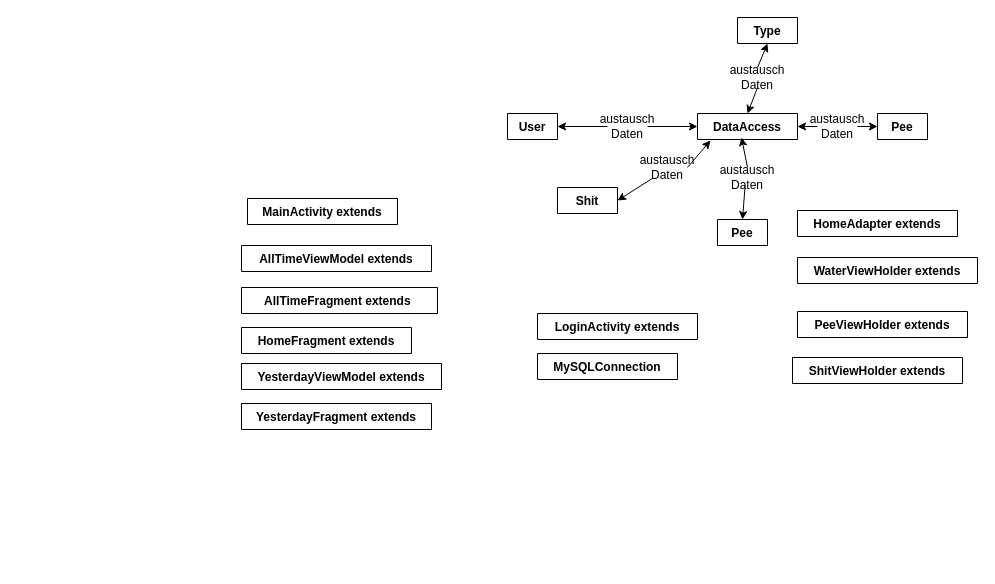
Above: Diagramme/ClassDiagram_LifestyleTracker.drawio in olisonsturm/LifestyleTracker (draw.io), before the change. Source tidied: cells renumbered, new cells numbered last; positions are measured from the earlier drawing's top-left corner, leaving out a move shared by most shapes. Both pictures are drawn from the tidied source at 100%, with x=0, y=0 at pixel (241, 17).
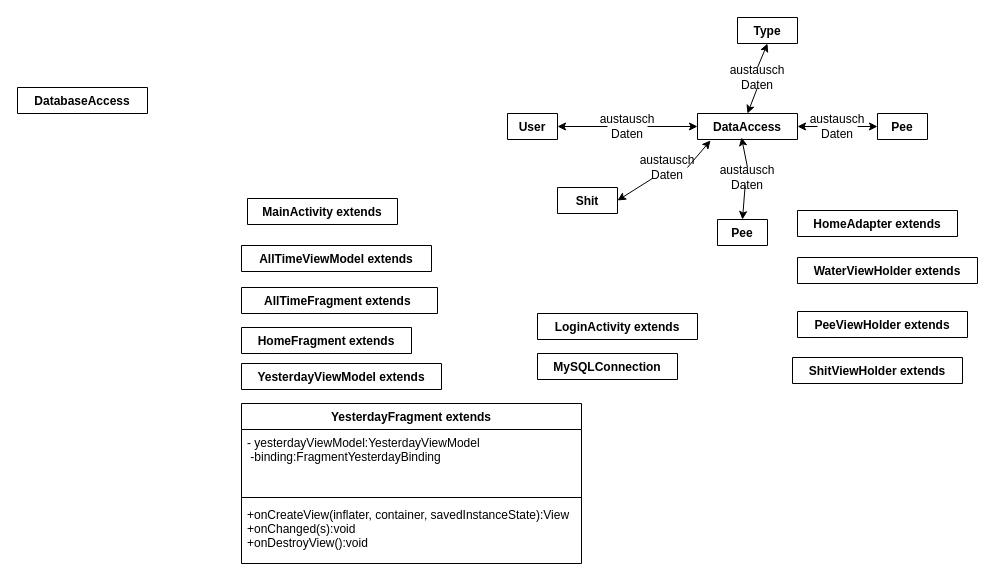
After the change.

What changed in the source:
```diff
@@
-    <mxCell id="16" value="YesterdayFragment extends " style="swimlane;fontStyle=1;align=center;verticalAlign=top;horizontal=1;startSize=26;" parent="1" vertex="1" collapsed="1">
-      <mxGeometry y="386" width="190" height="26" as="geometry" />
+    <mxCell id="16" value="YesterdayFragment extends " style="swimlane;fontStyle=1;align=center;verticalAlign=top;horizontal=1;startSize=26;" parent="1" vertex="1">
+      <mxGeometry y="386" width="340" height="160" as="geometry" />
     </mxCell>
+    <mxCell id="35" value="- yesterdayViewModel:YesterdayViewModel&#10; -binding:FragmentYesterdayBinding" style="text;strokeColor=none;fillColor=none;align=left;verticalAlign=top;spacingLeft=4;spacingRight=4;overflow=hidden;" parent="16" vertex="1">
+      <mxGeometry y="26" width="340" height="64" as="geometry" />
+    </mxCell>
+    <mxCell id="36" style="line;strokeWidth=1;fillColor=none;align=left;verticalAlign=middle;spacingTop=-1;spacingLeft=3;spacingRight=3;labelPosition=right;" parent="16" vertex="1">
+      <mxGeometry y="90" width="340" height="8" as="geometry" />
+    </mxCell>
+    <mxCell id="37" value="+onCreateView(inflater, container, savedInstanceState):View&#10;+onChanged(s):void&#10;+onDestroyView():void" style="text;strokeColor=none;fillColor=none;align=left;verticalAlign=top;spacingLeft=4;spacingRight=4;overflow=hidden;" parent="16" vertex="1">
+      <mxGeometry y="98" width="340" height="62" as="geometry" />
+    </mxCell>
@@
+    <mxCell id="38" value="DatabaseAccess " style="swimlane;fontStyle=1;align=center;verticalAlign=top;horizontal=1;startSize=26;" parent="1" vertex="1" collapsed="1">
+      <mxGeometry x="-224" y="70" width="130" height="26" as="geometry" />
+    </mxCell>
```
